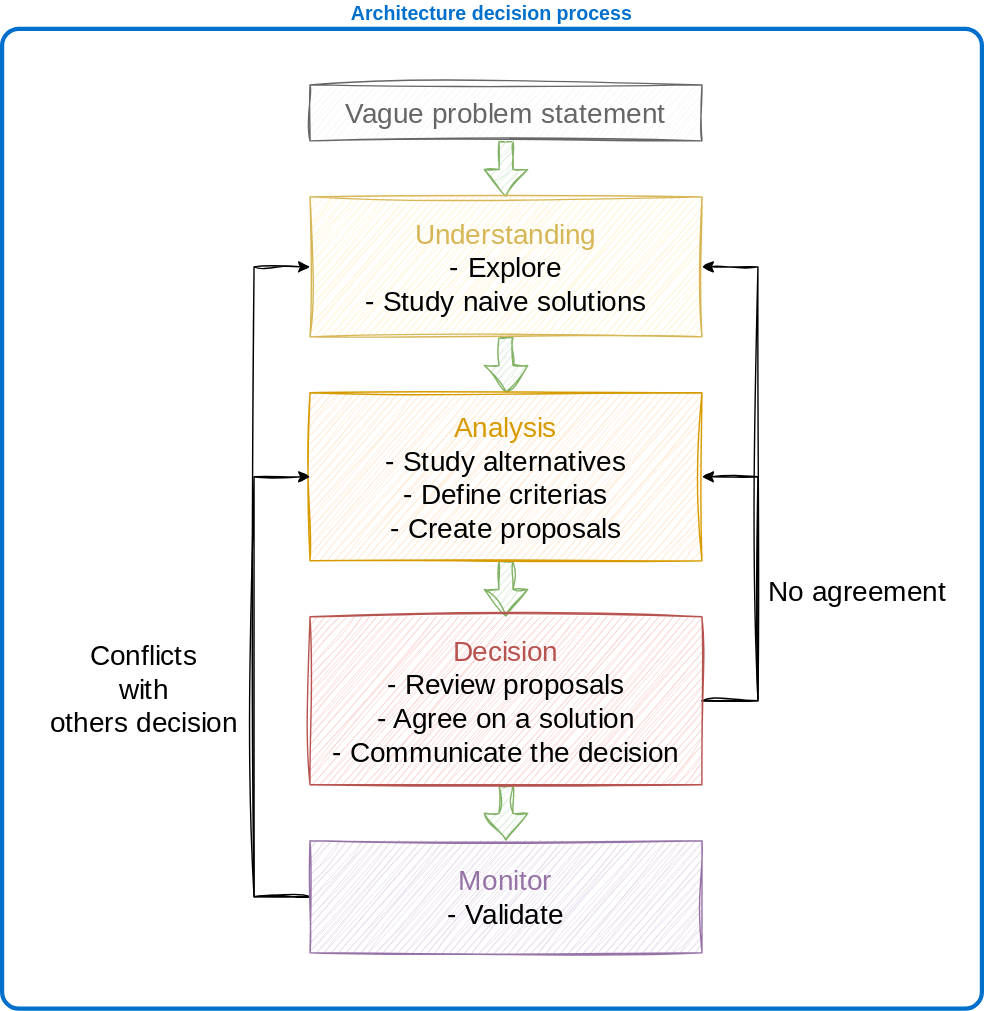
This is content/posts/20251206-architecture-decision/architecture_decision.svg from cledouarec/cledouarec.github.io, a draw.io export, as it was before one commit. Source tidied: cells renumbered, new cells last; positions are measured from the earlier drawing's top-left corner, leaving out a move shared by most shapes. The source it was exported from:
```xml
<mxGraphModel>
  <root>
    <mxCell id="0" />
    <mxCell id="1" parent="0" />
    <mxCell id="2" value="&lt;span style=&quot;font-family: Helvetica; font-size: 14px; font-style: normal; font-variant-ligatures: normal; font-variant-caps: normal; font-weight: 700; letter-spacing: normal; orphans: 2; text-align: center; text-indent: 0px; text-transform: none; widows: 2; word-spacing: 0px; -webkit-text-stroke-width: 0px; text-decoration-thickness: initial; text-decoration-style: initial; text-decoration-color: initial; float: none; display: inline !important;&quot;&gt;&lt;font style=&quot;color: rgb(0, 112, 204);&quot;&gt;Architecture decision process&lt;/font&gt;&lt;/span&gt;" style="rounded=1;whiteSpace=wrap;html=1;fillColor=default;strokeColor=#0070CC;verticalAlign=bottom;labelPosition=center;verticalLabelPosition=top;align=center;strokeWidth=3;arcSize=24;absoluteArcSize=1;" parent="1" vertex="1">
      <mxGeometry width="700" height="700" as="geometry" />
    </mxCell>
    <mxCell id="3" style="edgeStyle=orthogonalEdgeStyle;rounded=0;sketch=1;hachureGap=4;jiggle=2;curveFitting=1;jettySize=auto;html=1;exitX=0.5;exitY=1;exitDx=0;exitDy=0;entryX=0.5;entryY=0;entryDx=0;entryDy=0;fontFamily=Architects Daughter;fontSource=https%3A%2F%2Ffonts.googleapis.com%2Fcss%3Ffamily%3DArchitects%2BDaughter;fontSize=16;shape=flexArrow;fillColor=#d5e8d4;strokeColor=#82b366;" parent="1" edge="1" source="4" target="6">
      <mxGeometry relative="1" as="geometry" />
    </mxCell>
    <mxCell id="4" value="&lt;font color=&quot;#666666&quot;&gt;Vague problem statement&lt;/font&gt;" style="rounded=0;whiteSpace=wrap;html=1;sketch=1;hachureGap=4;jiggle=2;curveFitting=1;fontFamily=Architects Daughter;fontSource=https%3A%2F%2Ffonts.googleapis.com%2Fcss%3Ffamily%3DArchitects%2BDaughter;fontSize=20;fillColor=#f5f5f5;fontColor=#333333;strokeColor=#666666;" parent="1" vertex="1">
      <mxGeometry x="220" y="40" width="280" height="40" as="geometry" />
    </mxCell>
    <mxCell id="5" style="edgeStyle=orthogonalEdgeStyle;rounded=0;sketch=1;hachureGap=4;jiggle=2;curveFitting=1;jettySize=auto;html=1;exitX=0.5;exitY=1;exitDx=0;exitDy=0;fontFamily=Architects Daughter;fontSource=https%3A%2F%2Ffonts.googleapis.com%2Fcss%3Ffamily%3DArchitects%2BDaughter;fontSize=16;shape=flexArrow;fillColor=#d5e8d4;strokeColor=#82b366;" parent="1" edge="1" source="6" target="8">
      <mxGeometry relative="1" as="geometry" />
    </mxCell>
    <mxCell id="6" value="&lt;font color=&quot;#d6b656&quot;&gt;Understanding&lt;/font&gt;&lt;br&gt;- Explore&lt;br&gt;- Study naive solutions" style="rounded=0;whiteSpace=wrap;html=1;sketch=1;hachureGap=4;jiggle=2;curveFitting=1;fontFamily=Architects Daughter;fontSource=https%3A%2F%2Ffonts.googleapis.com%2Fcss%3Ffamily%3DArchitects%2BDaughter;fontSize=20;fillColor=#fff2cc;strokeColor=#D6B656;" parent="1" vertex="1">
      <mxGeometry x="220" y="120" width="280" height="100" as="geometry" />
    </mxCell>
    <mxCell id="7" style="edgeStyle=orthogonalEdgeStyle;rounded=0;sketch=1;hachureGap=4;jiggle=2;curveFitting=1;jettySize=auto;html=1;exitX=0.5;exitY=1;exitDx=0;exitDy=0;entryX=0.5;entryY=0;entryDx=0;entryDy=0;fontFamily=Architects Daughter;fontSource=https%3A%2F%2Ffonts.googleapis.com%2Fcss%3Ffamily%3DArchitects%2BDaughter;fontSize=16;shape=flexArrow;fillColor=#d5e8d4;strokeColor=#82b366;" parent="1" edge="1" source="8" target="13">
      <mxGeometry relative="1" as="geometry" />
    </mxCell>
    <mxCell id="8" value="&lt;font color=&quot;#d79b00&quot;&gt;Analysis&lt;/font&gt;&lt;br&gt;- Study alternatives&lt;br&gt;- Define criterias&lt;br&gt;- Create proposals" style="rounded=0;whiteSpace=wrap;html=1;sketch=1;hachureGap=4;jiggle=2;curveFitting=1;fontFamily=Architects Daughter;fontSource=https%3A%2F%2Ffonts.googleapis.com%2Fcss%3Ffamily%3DArchitects%2BDaughter;fontSize=20;fillColor=#ffe6cc;strokeColor=#D79B00;" parent="1" vertex="1">
      <mxGeometry x="220" y="260" width="280" height="120" as="geometry" />
    </mxCell>
    <mxCell id="9" style="edgeStyle=orthogonalEdgeStyle;rounded=0;sketch=1;hachureGap=4;jiggle=2;curveFitting=1;jettySize=auto;html=1;exitX=0.5;exitY=1;exitDx=0;exitDy=0;fontFamily=Architects Daughter;fontSource=https%3A%2F%2Ffonts.googleapis.com%2Fcss%3Ffamily%3DArchitects%2BDaughter;fontSize=16;shape=flexArrow;fillColor=#d5e8d4;strokeColor=#82b366;" parent="1" edge="1" source="13" target="17">
      <mxGeometry relative="1" as="geometry" />
    </mxCell>
    <mxCell id="10" style="edgeStyle=orthogonalEdgeStyle;rounded=0;sketch=1;hachureGap=4;jiggle=2;curveFitting=1;jettySize=auto;html=1;exitX=1;exitY=0.5;exitDx=0;exitDy=0;entryX=1;entryY=0.5;entryDx=0;entryDy=0;fontFamily=Architects Daughter;fontSource=https%3A%2F%2Ffonts.googleapis.com%2Fcss%3Ffamily%3DArchitects%2BDaughter;fontSize=16;" parent="1" edge="1" source="13" target="8">
      <mxGeometry relative="1" as="geometry">
        <Array as="points">
          <mxPoint x="540" y="480" />
          <mxPoint x="540" y="320" />
        </Array>
      </mxGeometry>
    </mxCell>
    <mxCell id="11" style="edgeStyle=orthogonalEdgeStyle;rounded=0;sketch=1;hachureGap=4;jiggle=2;curveFitting=1;jettySize=auto;html=1;exitX=1;exitY=0.5;exitDx=0;exitDy=0;entryX=1;entryY=0.5;entryDx=0;entryDy=0;fontFamily=Architects Daughter;fontSource=https%3A%2F%2Ffonts.googleapis.com%2Fcss%3Ffamily%3DArchitects%2BDaughter;fontSize=16;" parent="1" edge="1" source="13" target="6">
      <mxGeometry relative="1" as="geometry">
        <Array as="points">
          <mxPoint x="540" y="480" />
          <mxPoint x="540" y="170" />
        </Array>
      </mxGeometry>
    </mxCell>
    <mxCell id="12" value="No agreement" style="edgeLabel;html=1;align=center;verticalAlign=middle;fontSize=20;fontFamily=Architects Daughter;" parent="11" vertex="1">
      <mxGeometry x="-0.27" y="-1" relative="1" as="geometry">
        <mxPoint x="69" y="23" as="offset" />
      </mxGeometry>
    </mxCell>
    <mxCell id="13" value="&lt;font color=&quot;#b85450&quot;&gt;Decision&lt;br&gt;&lt;/font&gt;- Review proposals&lt;br&gt;- Agree on a solution&lt;br&gt;- Communicate the decision" style="rounded=0;whiteSpace=wrap;html=1;sketch=1;hachureGap=4;jiggle=2;curveFitting=1;fontFamily=Architects Daughter;fontSource=https%3A%2F%2Ffonts.googleapis.com%2Fcss%3Ffamily%3DArchitects%2BDaughter;fontSize=20;fillColor=#f8cecc;strokeColor=#B85450;" parent="1" vertex="1">
      <mxGeometry x="220" y="420" width="280" height="120" as="geometry" />
    </mxCell>
    <mxCell id="14" style="edgeStyle=orthogonalEdgeStyle;rounded=0;sketch=1;hachureGap=4;jiggle=2;curveFitting=1;jettySize=auto;html=1;exitX=0;exitY=0.5;exitDx=0;exitDy=0;entryX=0;entryY=0.5;entryDx=0;entryDy=0;fontFamily=Architects Daughter;fontSource=https%3A%2F%2Ffonts.googleapis.com%2Fcss%3Ffamily%3DArchitects%2BDaughter;fontSize=16;" parent="1" edge="1" source="17" target="8">
      <mxGeometry relative="1" as="geometry">
        <Array as="points">
          <mxPoint x="180" y="620" />
          <mxPoint x="180" y="320" />
        </Array>
      </mxGeometry>
    </mxCell>
    <mxCell id="15" style="edgeStyle=orthogonalEdgeStyle;rounded=0;sketch=1;hachureGap=4;jiggle=2;curveFitting=1;jettySize=auto;html=1;exitX=0;exitY=0.5;exitDx=0;exitDy=0;entryX=0;entryY=0.5;entryDx=0;entryDy=0;fontFamily=Architects Daughter;fontSource=https%3A%2F%2Ffonts.googleapis.com%2Fcss%3Ffamily%3DArchitects%2BDaughter;fontSize=16;" parent="1" edge="1" source="17" target="6">
      <mxGeometry relative="1" as="geometry">
        <Array as="points">
          <mxPoint x="180" y="620" />
          <mxPoint x="180" y="170" />
        </Array>
      </mxGeometry>
    </mxCell>
    <mxCell id="16" value="Conflicts&lt;br&gt;with&lt;br&gt;others decision" style="edgeLabel;html=1;align=center;verticalAlign=middle;fontSize=20;fontFamily=Architects Daughter;rotation=0;" parent="15" vertex="1">
      <mxGeometry x="-0.37" y="2" relative="1" as="geometry">
        <mxPoint x="-78" y="-23" as="offset" />
      </mxGeometry>
    </mxCell>
    <mxCell id="17" value="&lt;font color=&quot;#9673a6&quot;&gt;Monitor&lt;/font&gt;&lt;br&gt;- Validate" style="rounded=0;whiteSpace=wrap;html=1;sketch=1;hachureGap=4;jiggle=2;curveFitting=1;fontFamily=Architects Daughter;fontSource=https%3A%2F%2Ffonts.googleapis.com%2Fcss%3Ffamily%3DArchitects%2BDaughter;fontSize=20;fillColor=#e1d5e7;strokeColor=#9673A6;" parent="1" vertex="1">
      <mxGeometry x="220" y="580" width="280" height="80" as="geometry" />
    </mxCell>
  </root>
</mxGraphModel>
```
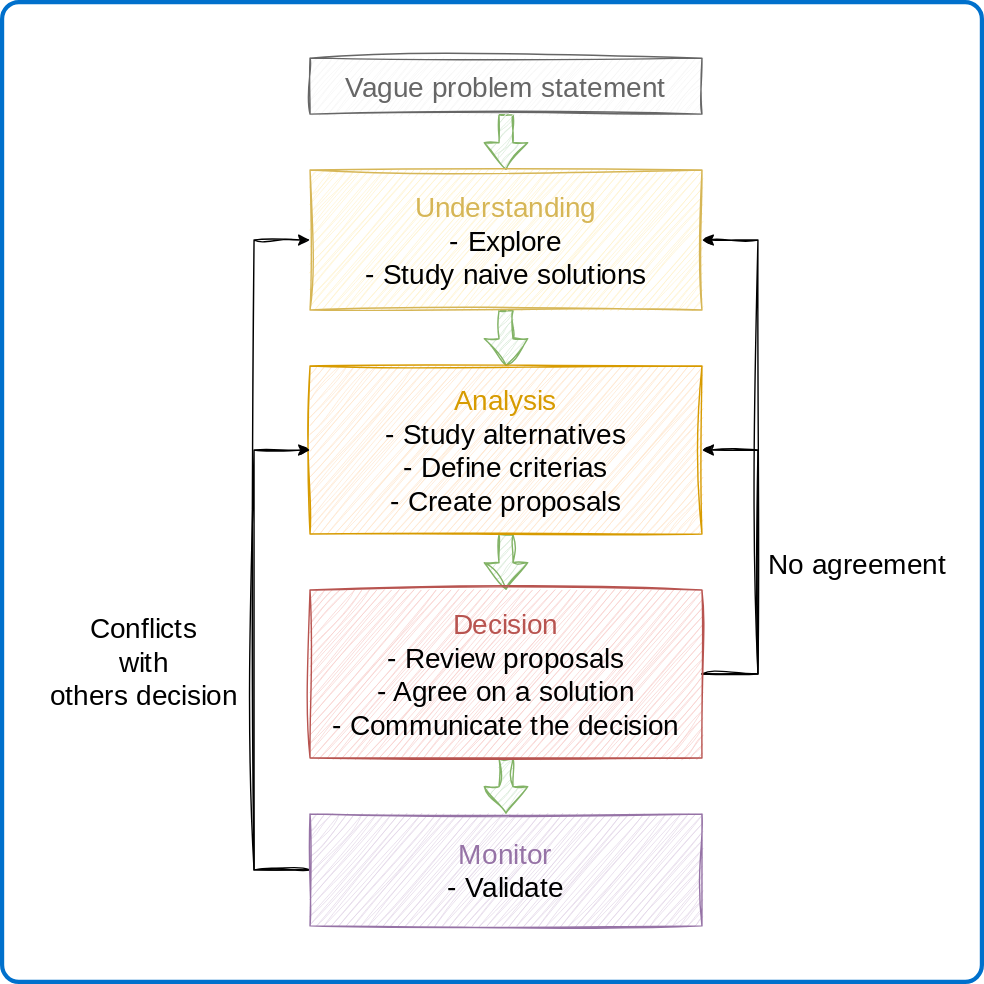
After the change.

Commit message:
fix: use figure caption

What changed in the source:
```diff
@@ -2,7 +2,7 @@
   <root>
     <mxCell id="0" />
     <mxCell id="1" parent="0" />
-    <mxCell id="2" value="&lt;span style=&quot;font-family: Helvetica; font-size: 14px; font-style: normal; font-variant-ligatures: normal; font-variant-caps: normal; font-weight: 700; letter-spacing: normal; orphans: 2; text-align: center; text-indent: 0px; text-transform: none; widows: 2; word-spacing: 0px; -webkit-text-stroke-width: 0px; text-decoration-thickness: initial; text-decoration-style: initial; text-decoration-color: initial; float: none; display: inline !important;&quot;&gt;&lt;font style=&quot;color: rgb(0, 112, 204);&quot;&gt;Architecture decision process&lt;/font&gt;&lt;/span&gt;" style="rounded=1;whiteSpace=wrap;html=1;fillColor=default;strokeColor=#0070CC;verticalAlign=bottom;labelPosition=center;verticalLabelPosition=top;align=center;strokeWidth=3;arcSize=24;absoluteArcSize=1;" parent="1" vertex="1">
+    <mxCell id="2" style="rounded=1;whiteSpace=wrap;html=1;fillColor=default;strokeColor=#0070CC;verticalAlign=bottom;labelPosition=center;verticalLabelPosition=top;align=center;strokeWidth=3;arcSize=24;absoluteArcSize=1;" parent="1" vertex="1">
       <mxGeometry width="700" height="700" as="geometry" />
     </mxCell>
     <mxCell id="3" style="edgeStyle=orthogonalEdgeStyle;rounded=0;sketch=1;hachureGap=4;jiggle=2;curveFitting=1;jettySize=auto;html=1;exitX=0.5;exitY=1;exitDx=0;exitDy=0;entryX=0.5;entryY=0;entryDx=0;entryDy=0;fontFamily=Architects Daughter;fontSource=https%3A%2F%2Ffonts.googleapis.com%2Fcss%3Ffamily%3DArchitects%2BDaughter;fontSize=16;shape=flexArrow;fillColor=#d5e8d4;strokeColor=#82b366;" parent="1" edge="1" source="4" target="6">
```
